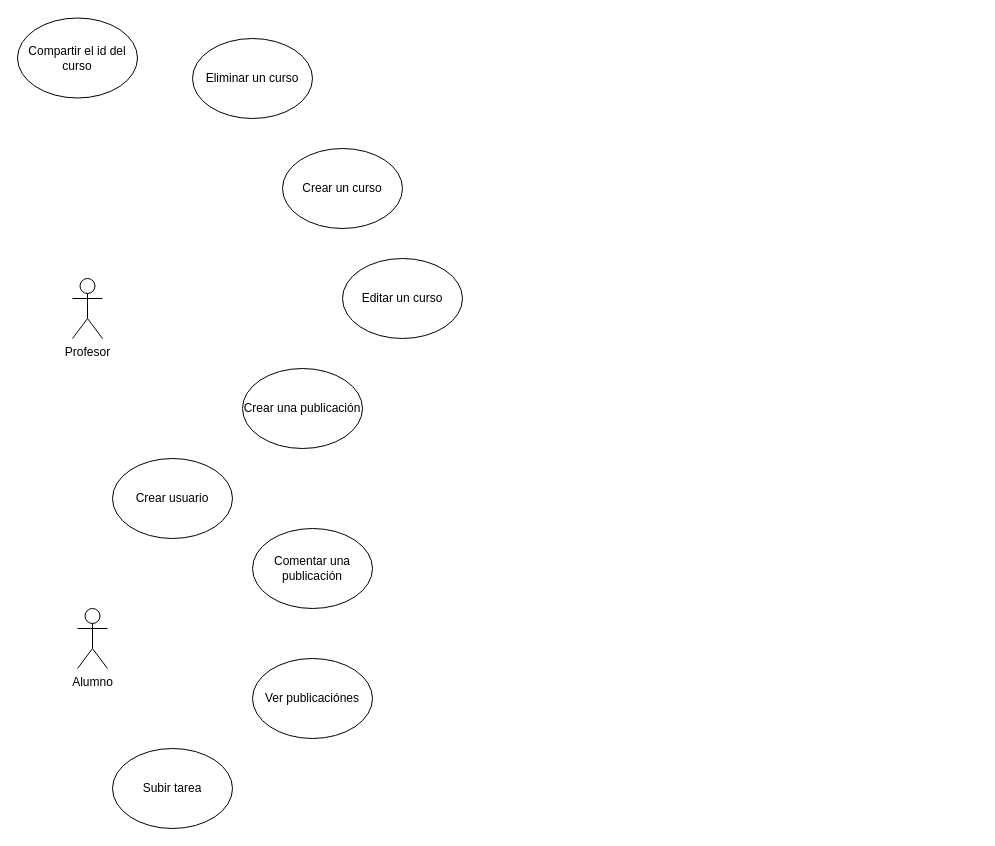
The draw.io diagram casos de uso.drawio in DataflowMaster/assimilate-analysis, before the edit. Source tidied: cells renumbered, new cells numbered last; positions are measured from the earlier drawing's top-left corner, leaving out a move shared by most shapes. Both pictures are drawn from the tidied source at 100%, with x=0, y=0 at pixel (17, 18).
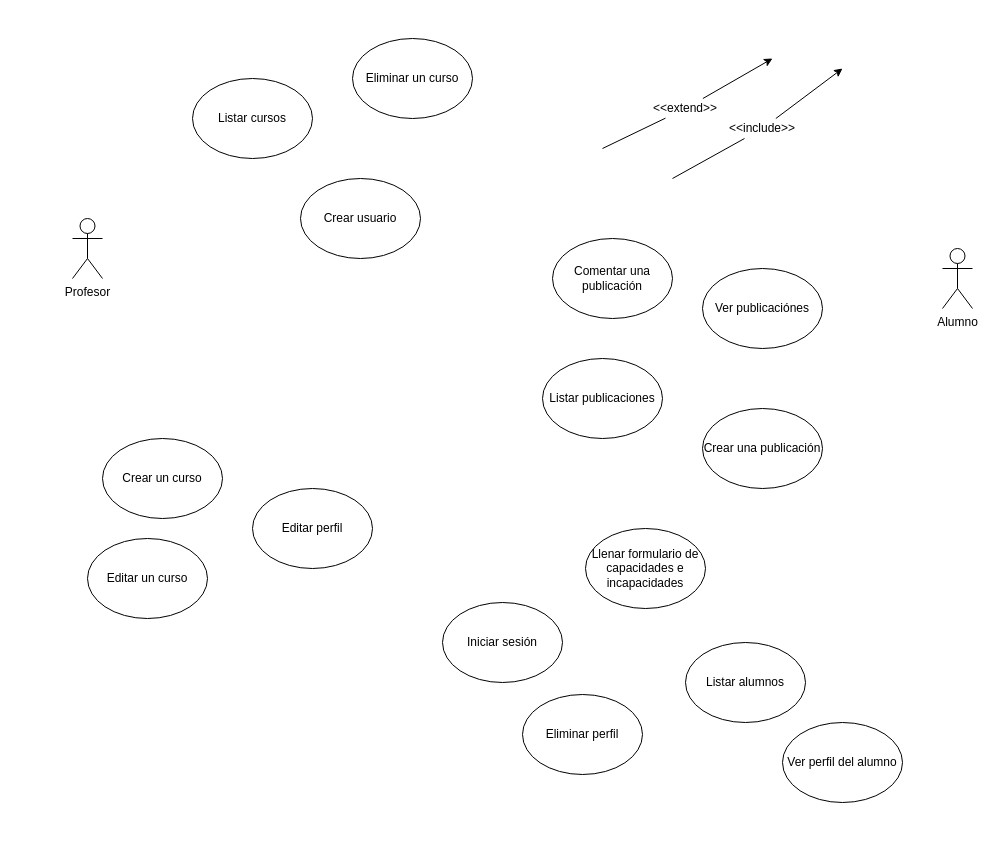
Above is the later version.

Commit message:
Casos de uso 0.0.1

The edit, as a diff of the source:
```diff
@@
     <mxCell id="2" value="Profesor" style="shape=umlActor;verticalLabelPosition=bottom;labelBackgroundColor=#ffffff;verticalAlign=top;html=1;" parent="1" vertex="1">
-      <mxGeometry x="55" y="260" width="30" height="60" as="geometry" />
+      <mxGeometry x="55" y="200" width="30" height="60" as="geometry" />
     </mxCell>
     <mxCell id="3" value="Crear un curso" style="ellipse;whiteSpace=wrap;html=1;" parent="1" vertex="1">
-      <mxGeometry x="265" y="130" width="120" height="80" as="geometry" />
+      <mxGeometry x="85" y="420" width="120" height="80" as="geometry" />
     </mxCell>
     <mxCell id="4" value="Eliminar un curso" style="ellipse;whiteSpace=wrap;html=1;" parent="1" vertex="1">
-      <mxGeometry x="175" y="20" width="120" height="80" as="geometry" />
+      <mxGeometry x="335" y="20" width="120" height="80" as="geometry" />
     </mxCell>
     <mxCell id="5" value="Crear una publicación&lt;br&gt;" style="ellipse;whiteSpace=wrap;html=1;" parent="1" vertex="1">
-      <mxGeometry x="225" y="350" width="120" height="80" as="geometry" />
+      <mxGeometry x="685" y="390" width="120" height="80" as="geometry" />
     </mxCell>
     <mxCell id="6" value="Alumno" style="shape=umlActor;verticalLabelPosition=bottom;labelBackgroundColor=#ffffff;verticalAlign=top;html=1;" parent="1" vertex="1">
-      <mxGeometry x="60" y="590" width="30" height="60" as="geometry" />
+      <mxGeometry x="925" y="230" width="30" height="60" as="geometry" />
     </mxCell>
     <mxCell id="7" value="Ver publicaciónes" style="ellipse;whiteSpace=wrap;html=1;" parent="1" vertex="1">
-      <mxGeometry x="235" y="640" width="120" height="80" as="geometry" />
+      <mxGeometry x="685" y="250" width="120" height="80" as="geometry" />
     </mxCell>
-    <mxCell id="8" value="Compartir el id del curso" style="ellipse;whiteSpace=wrap;html=1;" parent="1" vertex="1">
-      <mxGeometry y="-0.5" width="120" height="80" as="geometry" />
-    </mxCell>
     <mxCell id="9" value="Crear usuario&lt;br&gt;" style="ellipse;whiteSpace=wrap;html=1;" parent="1" vertex="1">
-      <mxGeometry x="95" y="440" width="120" height="80" as="geometry" />
+      <mxGeometry x="283" y="160" width="120" height="80" as="geometry" />
     </mxCell>
-    <mxCell id="10" value="Subir tarea&lt;br&gt;" style="ellipse;whiteSpace=wrap;html=1;" parent="1" vertex="1">
-      <mxGeometry x="95" y="730" width="120" height="80" as="geometry" />
-    </mxCell>
     <mxCell id="11" value="Comentar una publicación&lt;br&gt;" style="ellipse;whiteSpace=wrap;html=1;" parent="1" vertex="1">
-      <mxGeometry x="235" y="510" width="120" height="80" as="geometry" />
+      <mxGeometry x="535" y="220" width="120" height="80" as="geometry" />
     </mxCell>
     <mxCell id="12" value="Editar un curso" style="ellipse;whiteSpace=wrap;html=1;" parent="1" vertex="1">
-      <mxGeometry x="325" y="240" width="120" height="80" as="geometry" />
+      <mxGeometry x="70" y="520" width="120" height="80" as="geometry" />
     </mxCell>
+    <mxCell id="13" value="Llenar formulario de capacidades e incapacidades" style="ellipse;whiteSpace=wrap;html=1;" parent="1" vertex="1">
+      <mxGeometry x="568" y="510" width="120" height="80" as="geometry" />
+    </mxCell>
+    <mxCell id="14" value="Editar perfil" style="ellipse;whiteSpace=wrap;html=1;" parent="1" vertex="1">
+      <mxGeometry x="235" y="470" width="120" height="80" as="geometry" />
+    </mxCell>
+    <mxCell id="15" value="Eliminar perfil" style="ellipse;whiteSpace=wrap;html=1;" parent="1" vertex="1">
+      <mxGeometry x="505" y="676" width="120" height="80" as="geometry" />
+    </mxCell>
+    <mxCell id="16" value="Ver perfil del alumno" style="ellipse;whiteSpace=wrap;html=1;" parent="1" vertex="1">
+      <mxGeometry x="765" y="704" width="120" height="80" as="geometry" />
+    </mxCell>
+    <mxCell id="17" value="Listar alumnos" style="ellipse;whiteSpace=wrap;html=1;" parent="1" vertex="1">
+      <mxGeometry x="668" y="624" width="120" height="80" as="geometry" />
+    </mxCell>
+    <mxCell id="18" value="Iniciar sesión" style="ellipse;whiteSpace=wrap;html=1;" parent="1" vertex="1">
+      <mxGeometry x="425" y="584" width="120" height="80" as="geometry" />
+    </mxCell>
+    <mxCell id="19" style="endArrow=classic;html=1;" parent="1" edge="1" source="20">
+      <mxGeometry relative="1" as="geometry">
+        <mxPoint x="755" y="40" as="targetPoint" />
+      </mxGeometry>
+    </mxCell>
+    <mxCell id="20" value="&amp;lt;&amp;lt;extend&amp;gt;&amp;gt;" style="text;html=1;strokeColor=none;fillColor=none;align=center;verticalAlign=middle;whiteSpace=wrap;rounded=0;" parent="1" vertex="1">
+      <mxGeometry x="648" y="80" width="40" height="20" as="geometry" />
+    </mxCell>
+    <mxCell id="21" style="endArrow=none;html=1;" parent="1" edge="1" target="20">
+      <mxGeometry relative="1" as="geometry">
+        <mxPoint x="585" y="130" as="sourcePoint" />
+      </mxGeometry>
+    </mxCell>
+    <mxCell id="22" style="endArrow=classic;html=1;" parent="1" edge="1" source="23">
+      <mxGeometry relative="1" as="geometry">
+        <mxPoint x="825" y="50" as="targetPoint" />
+      </mxGeometry>
+    </mxCell>
+    <mxCell id="23" value="&amp;lt;&amp;lt;include&amp;gt;&amp;gt;" style="text;html=1;strokeColor=none;fillColor=none;align=center;verticalAlign=middle;whiteSpace=wrap;rounded=0;" parent="1" vertex="1">
+      <mxGeometry x="725" y="100" width="40" height="20" as="geometry" />
+    </mxCell>
+    <mxCell id="24" style="endArrow=none;html=1;" parent="1" edge="1" target="23">
+      <mxGeometry relative="1" as="geometry">
+        <mxPoint x="655" y="160" as="sourcePoint" />
+      </mxGeometry>
+    </mxCell>
+    <mxCell id="25" value="Listar cursos" style="ellipse;whiteSpace=wrap;html=1;" parent="1" vertex="1">
+      <mxGeometry x="175" y="60" width="120" height="80" as="geometry" />
+    </mxCell>
+    <mxCell id="26" value="Listar publicaciones&lt;br&gt;" style="ellipse;whiteSpace=wrap;html=1;" parent="1" vertex="1">
+      <mxGeometry x="525" y="340" width="120" height="80" as="geometry" />
+    </mxCell>
```
